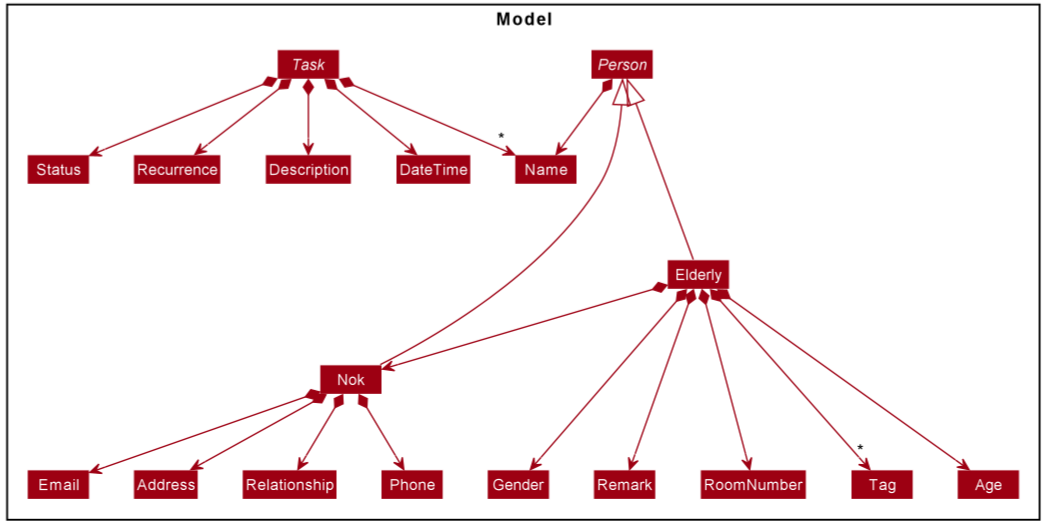
tsy24/tp keeps this PlantUML diagram as docs/images/DetailedModelClassDiagram.png. Above is the earlier version. Its source is kept beside it as docs/diagrams/DetailedModelClassDiagram.puml.
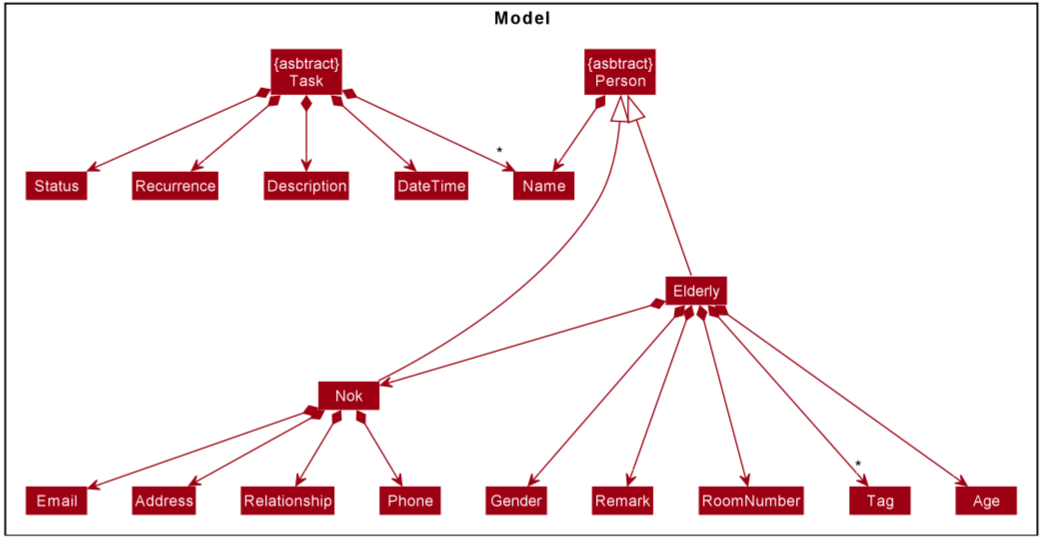
Later version of the same file.

Commit message:
Update Detailed Model and Task class diagrams

Change to the diagram source:
```diff
@@ -5,7 +5,7 @@
 skinparam classBackgroundColor MODEL_COLOR
 
 Package Model <<Rectangle>>{
-Abstract Class Person
+
 Class Elderly
 Class Nok
 
@@ -19,19 +19,18 @@
 Class Name
 Class Tag
 
-Abstract Class Task
 Class Description
 Class DateTime
 Class Status
 Class Relationship
 Class Recurrence
-}
+
 
 Class HiddenOutside #FFFFFF
 
-Person *--> Name
-Elderly -up--|> Person
-Nok -up-|> Person
+"{asbtract}\nPerson" *--> Name
+Elderly -up--|> "{asbtract}\nPerson"
+Nok -up-|> "{asbtract}\nPerson"
 Elderly *---> "*" Tag
 Elderly *---> Age
 Elderly *---> Gender
@@ -43,10 +42,11 @@
 Nok *--> Address
 Nok *--> Relationship
 
-Task *--> Description
-Task *--> DateTime
-Task *--> Status
-Task *--> Recurrence
-Task *--> "*" Name
+"{asbtract}\nTask" *--> Description
+"{asbtract}\nTask" *--> DateTime
+"{asbtract}\nTask" *--> Status
+"{asbtract}\nTask" *--> Recurrence
+"{asbtract}\nTask" *--> "*" Name
 
+}
 @enduml
```
